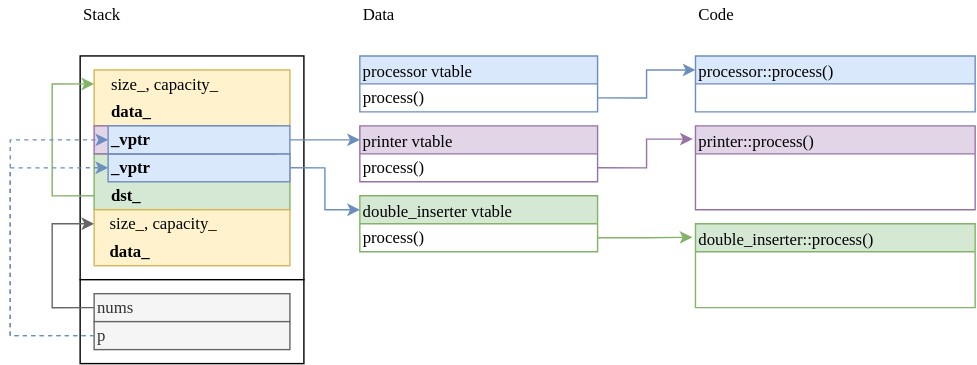
Before: projects/cpp-templates/slides/assets/vtable.drawio.svg, a diagram exported from draw.io (sydney-quant-traders/sqt-education). Source tidied: cells renumbered, new cells last; positions are measured from the earlier drawing's top-left corner, leaving out a move shared by most shapes.
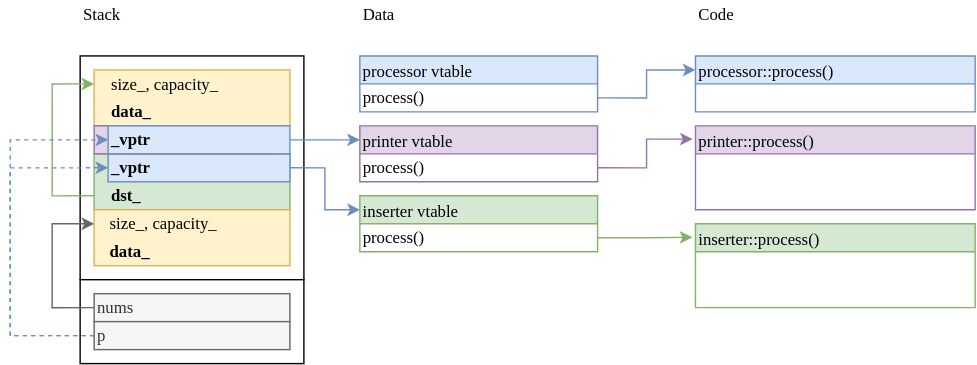
Above is the later version.

Diff of the diagram source:
```diff
@@ -17,7 +17,7 @@
     <mxCell id="6" value="printer::process()" style="swimlane;align=left;fontStyle=0;fontFamily=Lucida Console;startSize=20;fillColor=#e1d5e7;strokeColor=#9673a6;" parent="1" vertex="1">
       <mxGeometry x="490" y="90" width="200" height="60" as="geometry" />
     </mxCell>
-    <mxCell id="7" value="double_inserter::process()" style="swimlane;align=left;fontStyle=0;fontFamily=Lucida Console;startSize=20;fillColor=#d5e8d4;strokeColor=#82b366;" parent="1" vertex="1">
+    <mxCell id="7" value="inserter::process()" style="swimlane;align=left;fontStyle=0;fontFamily=Lucida Console;startSize=20;fillColor=#d5e8d4;strokeColor=#82b366;" parent="1" vertex="1">
       <mxGeometry x="490" y="160" width="200" height="60" as="geometry" />
     </mxCell>
     <mxCell id="8" style="edgeStyle=orthogonalEdgeStyle;rounded=0;jettySize=auto;html=1;exitX=1;exitY=0.75;exitDx=0;exitDy=0;entryX=0;entryY=0.25;entryDx=0;entryDy=0;fillColor=#dae8fc;strokeColor=#6c8ebf;" parent="1" edge="1" source="9" target="5">
@@ -32,7 +32,7 @@
     <mxCell id="11" value="&lt;font face=&quot;Lucida Console&quot;&gt;process()&lt;/font&gt;" style="text;html=1;whiteSpace=wrap;strokeColor=none;fillColor=none;align=left;verticalAlign=middle;rounded=0;" parent="10" vertex="1">
       <mxGeometry y="20" width="150" height="20" as="geometry" />
     </mxCell>
-    <mxCell id="12" value="double_inserter vtable" style="swimlane;align=left;fontStyle=0;fontFamily=Lucida Console;fillColor=#d5e8d4;strokeColor=#82b366;startSize=20;" parent="1" vertex="1">
+    <mxCell id="12" value="inserter vtable" style="swimlane;align=left;fontStyle=0;fontFamily=Lucida Console;fillColor=#d5e8d4;strokeColor=#82b366;startSize=20;" parent="1" vertex="1">
       <mxGeometry x="250" y="140" width="170" height="40" as="geometry" />
     </mxCell>
     <mxCell id="13" value="&lt;font face=&quot;Lucida Console&quot;&gt;process()&lt;/font&gt;" style="text;html=1;whiteSpace=wrap;strokeColor=none;fillColor=none;align=left;verticalAlign=middle;rounded=0;" parent="12" vertex="1">
```
